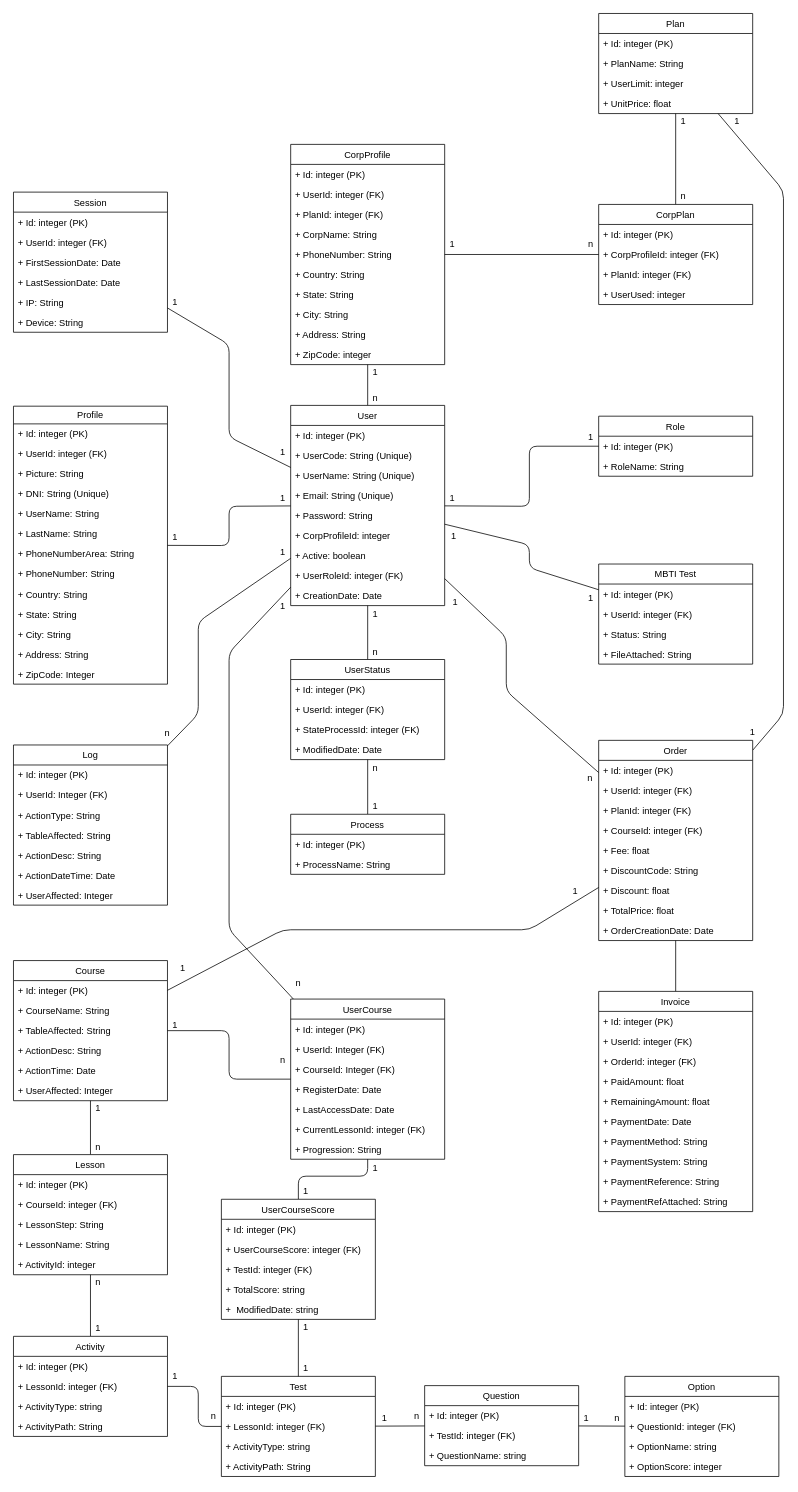
Above: documentation/ModeloBaseDatos.drawio in correakarl/TheTypeFactor (draw.io), before the change. Source tidied: cells renumbered, new cells numbered last; positions are measured from the earlier drawing's top-left corner, leaving out a move shared by most shapes. Both pictures are drawn from the tidied source at 77%, with x=0, y=0 at pixel (13, 13).
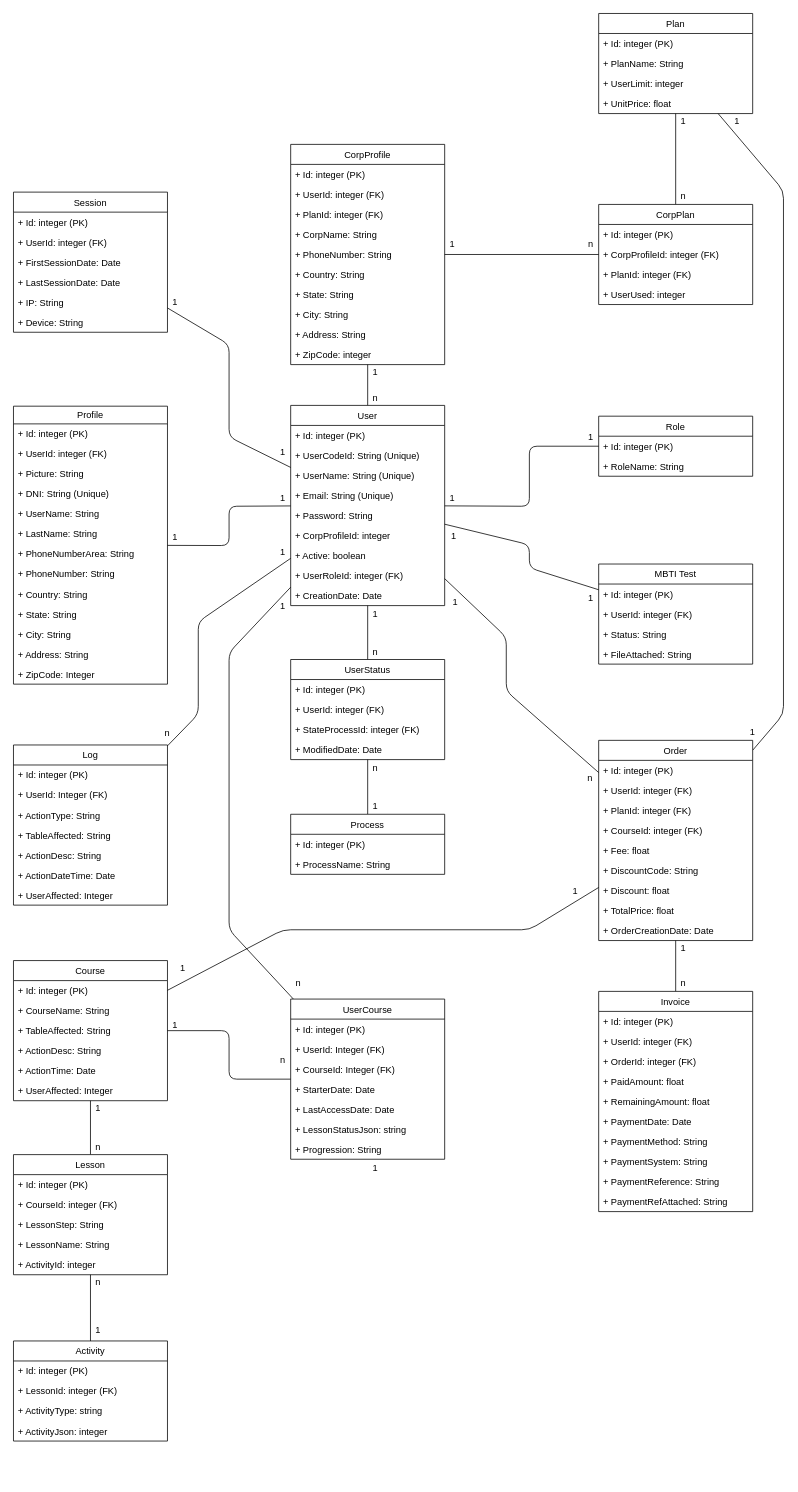
The same diagram, later.

Commit message (it also covers changes not shown here):
Actualización modelo de datos e interfaces

The change refers to these unchanged cells:
```xml
<mxCell id="21" value="User" style="swimlane;fontStyle=0;horizontal=1;startSize=26;fillColor=#FFFFFF;" parent="1" vertex="1">
  <mxGeometry x="360" y="509" width="200" height="260" as="geometry" />
</mxCell>
<mxCell id="88" value="UserCourse" style="swimlane;fontStyle=0;horizontal=1;startSize=26;fillColor=#FFFFFF;" parent="1" vertex="1">
  <mxGeometry x="360" y="1280" width="200" height="208" as="geometry" />
</mxCell>
```

Change to the diagram source:
```diff
@@
-    <mxCell id="23" value="+ UserCode: String (Unique)" style="text;strokeColor=none;fillColor=none;align=left;verticalAlign=top;spacingLeft=4;spacingRight=4;overflow=hidden;" parent="21" vertex="1">
+    <mxCell id="23" value="+ UserCodeId: String (Unique)" style="text;strokeColor=none;fillColor=none;align=left;verticalAlign=top;spacingLeft=4;spacingRight=4;overflow=hidden;" parent="21" vertex="1">
       <mxGeometry y="52" width="200" height="26" as="geometry" />
     </mxCell>
@@
-    <mxCell id="92" value="+ RegisterDate: Date" style="text;strokeColor=none;fillColor=none;align=left;verticalAlign=top;spacingLeft=4;spacingRight=4;overflow=hidden;" parent="88" vertex="1">
+    <mxCell id="92" value="+ StarterDate: Date" style="text;strokeColor=none;fillColor=none;align=left;verticalAlign=top;spacingLeft=4;spacingRight=4;overflow=hidden;" parent="88" vertex="1">
       <mxGeometry y="104" width="200" height="26" as="geometry" />
     </mxCell>
@@
-    <mxCell id="94" value="+ CurrentLessonId: integer (FK)" style="text;strokeColor=none;fillColor=none;align=left;verticalAlign=top;spacingLeft=4;spacingRight=4;overflow=hidden;" parent="88" vertex="1">
+    <mxCell id="94" value="+ LessonStatusJson: string" style="text;strokeColor=none;fillColor=none;align=left;verticalAlign=top;spacingLeft=4;spacingRight=4;overflow=hidden;" parent="88" vertex="1">
       <mxGeometry y="156" width="200" height="26" as="geometry" />
     </mxCell>
@@
     <mxCell id="170" value="Activity" style="swimlane;fontStyle=0;horizontal=1;startSize=26;fillColor=#FFFFFF;" parent="1" vertex="1">
-      <mxGeometry y="1718" width="200" height="130" as="geometry" />
+      <mxGeometry y="1724" width="200" height="130" as="geometry" />
     </mxCell>
@@
+    <mxCell id="181" value="+ ActivityType: string" style="text;strokeColor=none;fillColor=none;align=left;verticalAlign=top;spacingLeft=4;spacingRight=4;overflow=hidden;" parent="170" vertex="1">
+      <mxGeometry y="78" width="200" height="26" as="geometry" />
+    </mxCell>
-    <mxCell id="173" value="+ ActivityType: string" style="text;strokeColor=none;fillColor=none;align=left;verticalAlign=top;spacingLeft=4;spacingRight=4;overflow=hidden;" parent="170" vertex="1">
-      <mxGeometry y="78" width="200" height="26" as="geometry" />
+    <mxCell id="173" value="+ ActivityJson: integer" style="text;strokeColor=none;fillColor=none;align=left;verticalAlign=top;spacingLeft=4;spacingRight=4;overflow=hidden;" parent="170" vertex="1">
+      <mxGeometry y="104" width="200" height="26" as="geometry" />
     </mxCell>
-    <mxCell id="174" value="+ ActivityPath: String" style="text;strokeColor=none;fillColor=none;align=left;verticalAlign=top;spacingLeft=4;spacingRight=4;overflow=hidden;" parent="170" vertex="1">
-      <mxGeometry y="104" width="200" height="26" as="geometry" />
-    </mxCell>
     <mxCell id="175" value="1" style="text;html=1;strokeColor=none;fillColor=none;align=center;verticalAlign=middle;whiteSpace=wrap;rounded=0;" parent="1" vertex="1">
-      <mxGeometry x="100" y="1698" width="20" height="20" as="geometry" />
+      <mxGeometry x="100" y="1700" width="20" height="20" as="geometry" />
     </mxCell>
@@
-    <mxCell id="177" style="edgeStyle=none;html=1;endArrow=none;endFill=0;" parent="1" edge="1" source="178" target="184">
-      <mxGeometry relative="1" as="geometry" />
-    </mxCell>
-    <mxCell id="178" value="Test" style="swimlane;fontStyle=0;horizontal=1;startSize=26;fillColor=#FFFFFF;" parent="1" vertex="1">
-      <mxGeometry x="270" y="1770" width="200" height="130" as="geometry" />
-    </mxCell>
-    <mxCell id="179" value="+ Id: integer (PK)" style="text;strokeColor=none;fillColor=none;align=left;verticalAlign=top;spacingLeft=4;spacingRight=4;overflow=hidden;" parent="178" vertex="1">
-      <mxGeometry y="26" width="200" height="26" as="geometry" />
-    </mxCell>
-    <mxCell id="180" value="+ LessonId: integer (FK)" style="text;strokeColor=none;fillColor=none;align=left;verticalAlign=top;spacingLeft=4;spacingRight=4;overflow=hidden;" parent="178" vertex="1">
-      <mxGeometry y="52" width="200" height="26" as="geometry" />
-    </mxCell>
-    <mxCell id="181" value="+ ActivityType: string" style="text;strokeColor=none;fillColor=none;align=left;verticalAlign=top;spacingLeft=4;spacingRight=4;overflow=hidden;" parent="178" vertex="1">
-      <mxGeometry y="78" width="200" height="26" as="geometry" />
-    </mxCell>
-    <mxCell id="182" value="+ ActivityPath: String" style="text;strokeColor=none;fillColor=none;align=left;verticalAlign=top;spacingLeft=4;spacingRight=4;overflow=hidden;" parent="178" vertex="1">
-      <mxGeometry y="104" width="200" height="26" as="geometry" />
-    </mxCell>
-    <mxCell id="183" style="edgeStyle=none;html=1;endArrow=none;endFill=0;" parent="1" edge="1" source="184" target="193">
-      <mxGeometry relative="1" as="geometry" />
-    </mxCell>
-    <mxCell id="184" value="Question" style="swimlane;fontStyle=0;horizontal=1;startSize=26;fillColor=#FFFFFF;" parent="1" vertex="1">
-      <mxGeometry x="534" y="1782" width="200" height="104" as="geometry" />
-    </mxCell>
-    <mxCell id="185" value="+ Id: integer (PK)" style="text;strokeColor=none;fillColor=none;align=left;verticalAlign=top;spacingLeft=4;spacingRight=4;overflow=hidden;" parent="184" vertex="1">
-      <mxGeometry y="26" width="200" height="26" as="geometry" />
-    </mxCell>
-    <mxCell id="186" value="+ TestId: integer (FK)" style="text;strokeColor=none;fillColor=none;align=left;verticalAlign=top;spacingLeft=4;spacingRight=4;overflow=hidden;" parent="184" vertex="1">
-      <mxGeometry y="52" width="200" height="26" as="geometry" />
-    </mxCell>
-    <mxCell id="187" value="+ QuestionName: string" style="text;strokeColor=none;fillColor=none;align=left;verticalAlign=top;spacingLeft=4;spacingRight=4;overflow=hidden;" parent="184" vertex="1">
-      <mxGeometry y="78" width="200" height="26" as="geometry" />
-    </mxCell>
-    <mxCell id="188" style="edgeStyle=none;html=1;endArrow=none;endFill=0;" parent="1" edge="1" source="170" target="178">
-      <mxGeometry relative="1" as="geometry">
-        <Array as="points">
-          <mxPoint x="240" y="1783" />
-          <mxPoint x="240" y="1835" />
-        </Array>
-      </mxGeometry>
-    </mxCell>
-    <mxCell id="189" value="1" style="text;html=1;strokeColor=none;fillColor=none;align=center;verticalAlign=middle;whiteSpace=wrap;rounded=0;" parent="1" vertex="1">
-      <mxGeometry x="200" y="1760" width="20" height="20" as="geometry" />
-    </mxCell>
-    <mxCell id="190" value="n" style="text;html=1;strokeColor=none;fillColor=none;align=center;verticalAlign=middle;whiteSpace=wrap;rounded=0;" parent="1" vertex="1">
-      <mxGeometry x="250" y="1812" width="20" height="20" as="geometry" />
-    </mxCell>
-    <mxCell id="191" value="n" style="text;html=1;strokeColor=none;fillColor=none;align=center;verticalAlign=middle;whiteSpace=wrap;rounded=0;" parent="1" vertex="1">
-      <mxGeometry x="514" y="1812" width="20" height="20" as="geometry" />
-    </mxCell>
-    <mxCell id="192" value="1" style="text;html=1;strokeColor=none;fillColor=none;align=center;verticalAlign=middle;whiteSpace=wrap;rounded=0;" parent="1" vertex="1">
-      <mxGeometry x="472" y="1815" width="20" height="20" as="geometry" />
-    </mxCell>
-    <mxCell id="193" value="Option" style="swimlane;fontStyle=0;horizontal=1;startSize=26;fillColor=#FFFFFF;" parent="1" vertex="1">
-      <mxGeometry x="794" y="1770" width="200" height="130" as="geometry" />
-    </mxCell>
-    <mxCell id="194" value="+ Id: integer (PK)" style="text;strokeColor=none;fillColor=none;align=left;verticalAlign=top;spacingLeft=4;spacingRight=4;overflow=hidden;" parent="193" vertex="1">
-      <mxGeometry y="26" width="200" height="26" as="geometry" />
-    </mxCell>
-    <mxCell id="195" value="+ QuestionId: integer (FK)" style="text;strokeColor=none;fillColor=none;align=left;verticalAlign=top;spacingLeft=4;spacingRight=4;overflow=hidden;" parent="193" vertex="1">
-      <mxGeometry y="52" width="200" height="26" as="geometry" />
-    </mxCell>
-    <mxCell id="196" value="+ OptionName: string" style="text;strokeColor=none;fillColor=none;align=left;verticalAlign=top;spacingLeft=4;spacingRight=4;overflow=hidden;" parent="193" vertex="1">
-      <mxGeometry y="78" width="200" height="26" as="geometry" />
-    </mxCell>
-    <mxCell id="197" value="+ OptionScore: integer" style="text;strokeColor=none;fillColor=none;align=left;verticalAlign=top;spacingLeft=4;spacingRight=4;overflow=hidden;" parent="193" vertex="1">
-      <mxGeometry y="104" width="200" height="26" as="geometry" />
-    </mxCell>
-    <mxCell id="198" value="1" style="text;html=1;strokeColor=none;fillColor=none;align=center;verticalAlign=middle;whiteSpace=wrap;rounded=0;" parent="1" vertex="1">
-      <mxGeometry x="734" y="1815" width="20" height="20" as="geometry" />
-    </mxCell>
-    <mxCell id="199" value="n" style="text;html=1;strokeColor=none;fillColor=none;align=center;verticalAlign=middle;whiteSpace=wrap;rounded=0;" parent="1" vertex="1">
-      <mxGeometry x="774" y="1815" width="20" height="20" as="geometry" />
-    </mxCell>
-    <mxCell id="200" style="edgeStyle=none;html=1;endArrow=none;endFill=0;" parent="1" edge="1" source="202" target="88">
-      <mxGeometry relative="1" as="geometry">
-        <Array as="points">
-          <mxPoint x="370" y="1510" />
-          <mxPoint x="460" y="1510" />
-        </Array>
-      </mxGeometry>
-    </mxCell>
-    <mxCell id="201" style="edgeStyle=none;html=1;endArrow=none;endFill=0;" parent="1" edge="1" source="202" target="178">
-      <mxGeometry relative="1" as="geometry" />
-    </mxCell>
-    <mxCell id="202" value="UserCourseScore" style="swimlane;fontStyle=0;horizontal=1;startSize=26;fillColor=#FFFFFF;" parent="1" vertex="1">
-      <mxGeometry x="270" y="1540" width="200" height="156" as="geometry" />
-    </mxCell>
-    <mxCell id="203" value="+ Id: integer (PK)" style="text;strokeColor=none;fillColor=none;align=left;verticalAlign=top;spacingLeft=4;spacingRight=4;overflow=hidden;" parent="202" vertex="1">
-      <mxGeometry y="26" width="200" height="26" as="geometry" />
-    </mxCell>
-    <mxCell id="204" value="+ UserCourseScore: integer (FK)" style="text;strokeColor=none;fillColor=none;align=left;verticalAlign=top;spacingLeft=4;spacingRight=4;overflow=hidden;" parent="202" vertex="1">
-      <mxGeometry y="52" width="200" height="26" as="geometry" />
-    </mxCell>
-    <mxCell id="205" value="+ TestId: integer (FK)" style="text;strokeColor=none;fillColor=none;align=left;verticalAlign=top;spacingLeft=4;spacingRight=4;overflow=hidden;" parent="202" vertex="1">
-      <mxGeometry y="78" width="200" height="26" as="geometry" />
-    </mxCell>
-    <mxCell id="206" value="+ TotalScore: string" style="text;strokeColor=none;fillColor=none;align=left;verticalAlign=top;spacingLeft=4;spacingRight=4;overflow=hidden;" parent="202" vertex="1">
-      <mxGeometry y="104" width="200" height="26" as="geometry" />
-    </mxCell>
-    <mxCell id="207" value="+  ModifiedDate: string" style="text;strokeColor=none;fillColor=none;align=left;verticalAlign=top;spacingLeft=4;spacingRight=4;overflow=hidden;" parent="202" vertex="1">
-      <mxGeometry y="130" width="200" height="26" as="geometry" />
-    </mxCell>
@@
-    <mxCell id="209" value="1" style="text;html=1;strokeColor=none;fillColor=none;align=center;verticalAlign=middle;whiteSpace=wrap;rounded=0;" parent="1" vertex="1">
-      <mxGeometry x="370" y="1750" width="20" height="20" as="geometry" />
-    </mxCell>
-    <mxCell id="210" value="1" style="text;html=1;strokeColor=none;fillColor=none;align=center;verticalAlign=middle;whiteSpace=wrap;rounded=0;" parent="1" vertex="1">
-      <mxGeometry x="370" y="1520" width="20" height="20" as="geometry" />
-    </mxCell>
-    <mxCell id="211" value="1" style="text;html=1;strokeColor=none;fillColor=none;align=center;verticalAlign=middle;whiteSpace=wrap;rounded=0;" parent="1" vertex="1">
-      <mxGeometry x="370" y="1696" width="20" height="20" as="geometry" />
-    </mxCell>
+    <mxCell id="212" value="1" style="text;html=1;strokeColor=none;fillColor=none;align=center;verticalAlign=middle;whiteSpace=wrap;rounded=0;" parent="1" vertex="1">
+      <mxGeometry x="860" y="1204" width="20" height="20" as="geometry" />
+    </mxCell>
+    <mxCell id="213" value="n" style="text;html=1;strokeColor=none;fillColor=none;align=center;verticalAlign=middle;whiteSpace=wrap;rounded=0;" parent="1" vertex="1">
+      <mxGeometry x="860" y="1250" width="20" height="20" as="geometry" />
+    </mxCell>
```
